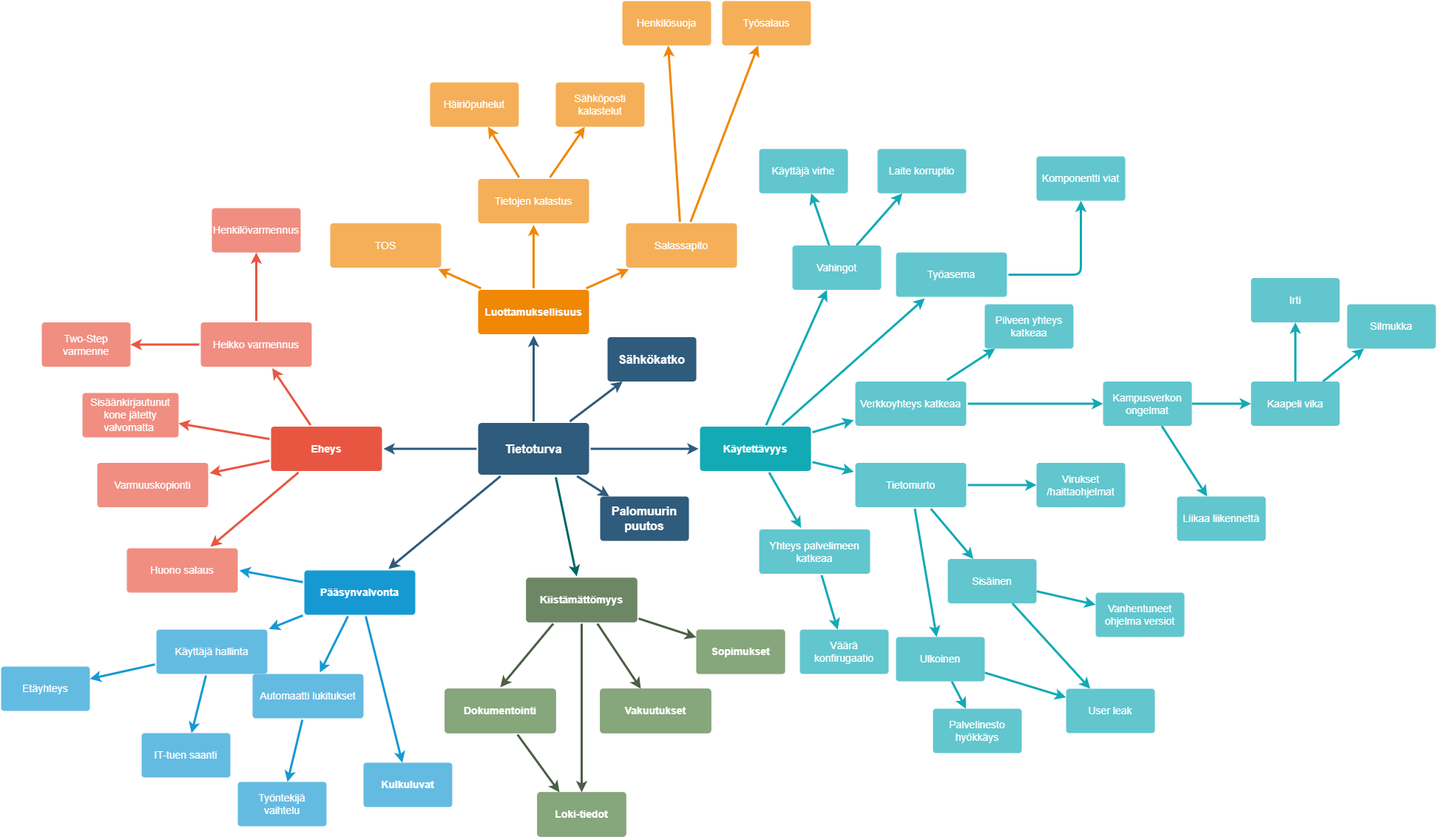
Before: docs/Pictures/TietoturvaMindMap.png, a diagram exported from draw.io (eeroleppalehto/Kyberturvallisuus). Source tidied: cells renumbered, new cells last; positions are measured from the earlier drawing's top-left corner, leaving out a move shared by most shapes.
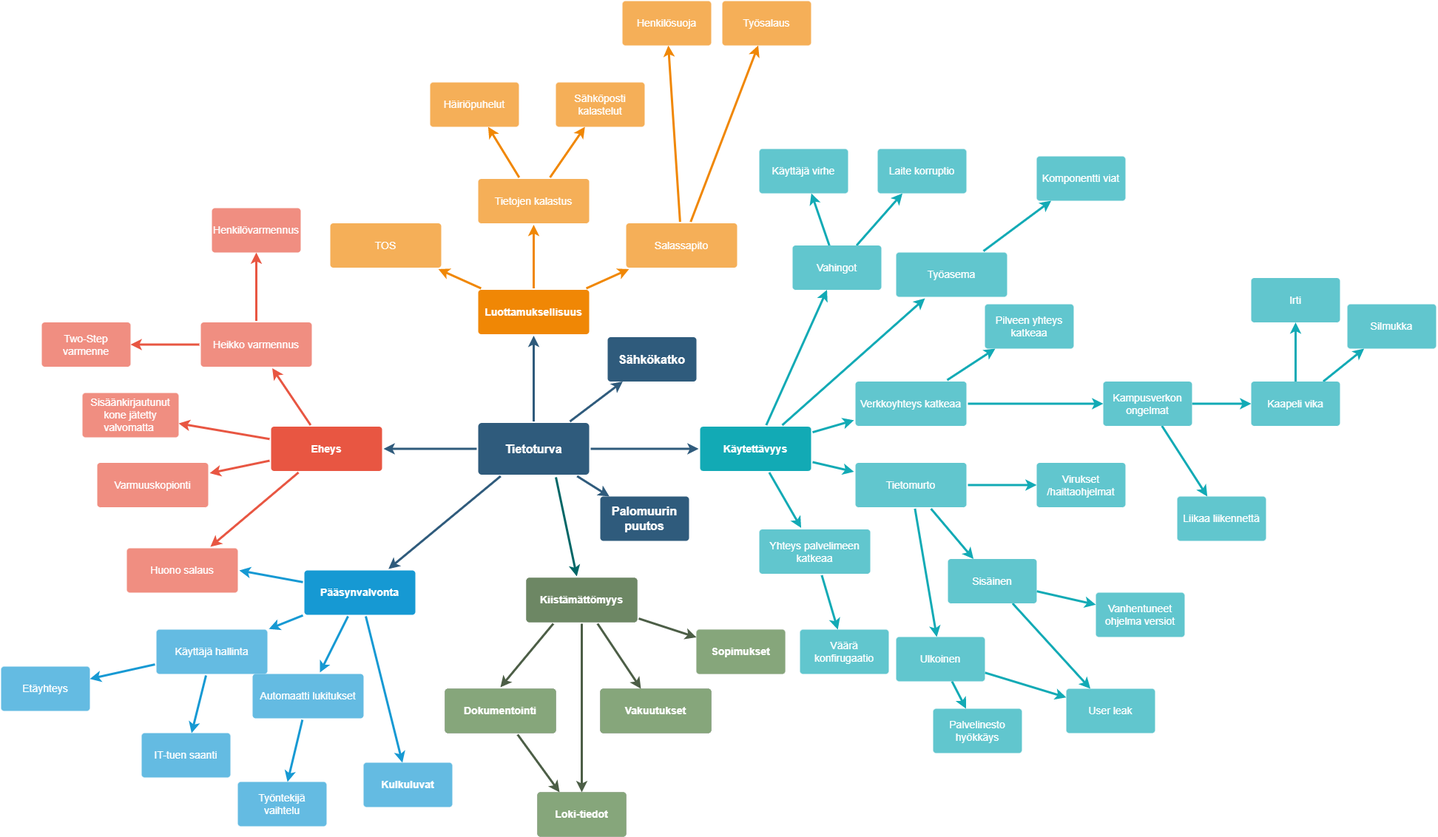
The same diagram one commit later.

What changed in the source:
```diff
@@ -158,7 +158,7 @@
     <mxCell id="53" style="edgeStyle=none;rounded=1;jumpStyle=none;html=1;shadow=0;labelBackgroundColor=none;startArrow=none;startFill=0;jettySize=auto;strokeColor=#12AAB5;strokeWidth=3;fontFamily=Helvetica;fontSize=14;fontColor=#FFFFFF;spacing=5;fontStyle=1;fillColor=#b0e3e6;" parent="1" edge="1" source="41" target="52">
       <mxGeometry relative="1" as="geometry" />
     </mxCell>
-    <mxCell id="54" style="edgeStyle=orthogonalEdgeStyle;rounded=1;jettySize=auto;html=1;strokeColor=#12AAB5;strokeWidth=3;labelBackgroundColor=none;fontSize=14;fontColor=#FFFFFF;shadow=0;startArrow=none;startFill=0;spacing=5;fontStyle=1;fillColor=#b0e3e6;" parent="1" edge="1" source="55" target="105">
+    <mxCell id="54" style="rounded=1;jettySize=auto;html=1;strokeColor=#12AAB5;strokeWidth=3;labelBackgroundColor=none;fontSize=14;fontColor=#FFFFFF;shadow=0;startArrow=none;startFill=0;spacing=5;fontStyle=1;fillColor=#b0e3e6;" parent="1" edge="1" source="55" target="105">
       <mxGeometry relative="1" as="geometry" />
     </mxCell>
     <mxCell id="55" value="Työasema" style="rounded=1;whiteSpace=wrap;html=1;shadow=0;labelBackgroundColor=none;strokeColor=none;strokeWidth=3;fillColor=#61c6ce;fontFamily=Helvetica;fontSize=14;fontColor=#FFFFFF;align=center;spacing=5;fontStyle=0;arcSize=7;perimeterSpacing=2;" parent="1" vertex="1">
```
